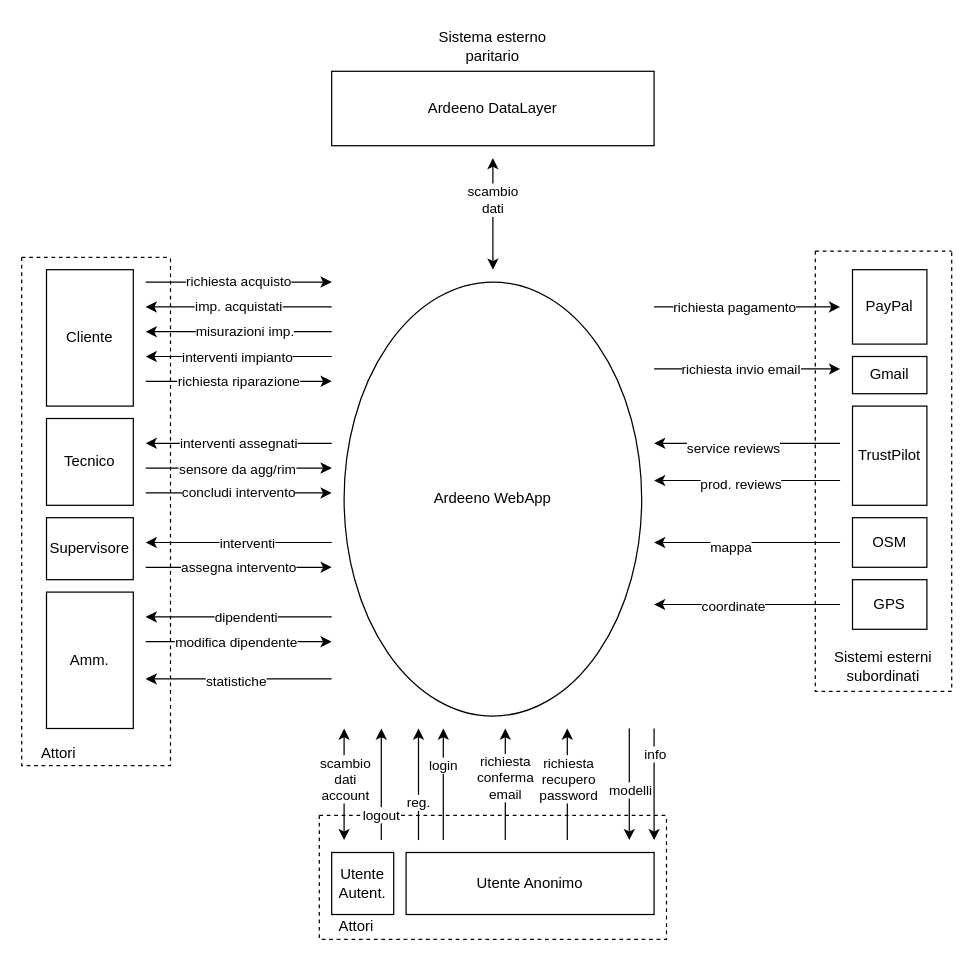
Before: deliverables/d2/.media/.drawio/contesto.drawio in amanfucci/ardeeno-workondeliverables, a draw.io diagram. Source tidied: cells renumbered, new cells numbered last; positions are measured from the earlier drawing's top-left corner, leaving out a move shared by most shapes. Both pictures are drawn from the tidied source at 124%, with x=0, y=0 at pixel (21, 21).
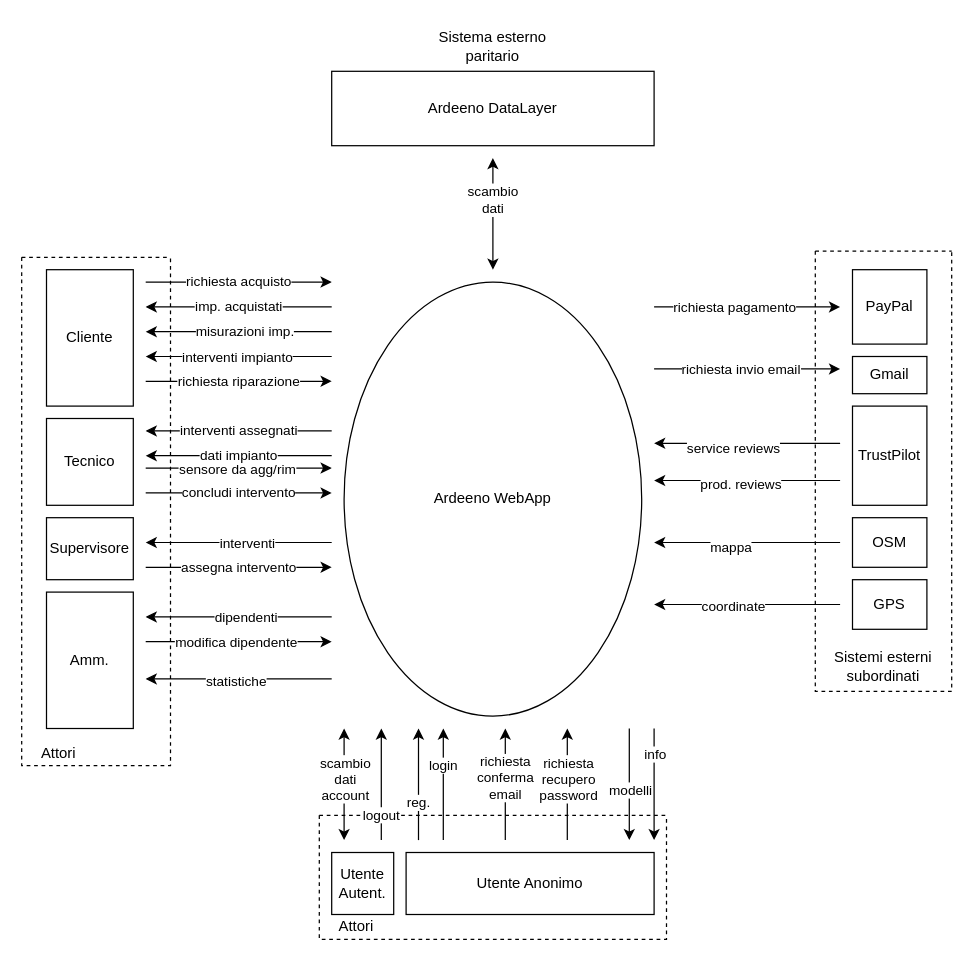
After the change.

The edit, as a diff of the source:
```diff
@@
     <mxCell id="37" value="interventi assegnati" style="rounded=0;html=1;entryX=-0.007;entryY=0.443;entryDx=0;entryDy=0;entryPerimeter=0;startArrow=classic;startFill=1;endArrow=none;endFill=0;strokeColor=default;jumpSize=3;snapToPoint=1;anchorPointDirection=0;fixDash=0;noJump=1;orthogonal=1;enumerate=0;sourcePortConstraint=none;targetPortConstraint=none;spacing=1;" parent="1" edge="1">
       <mxGeometry relative="1" as="geometry">
-        <mxPoint x="100" y="340" as="sourcePoint" />
-        <mxPoint x="250" y="340" as="targetPoint" />
+        <mxPoint x="100" y="330" as="sourcePoint" />
+        <mxPoint x="250" y="330" as="targetPoint" />
       </mxGeometry>
     </mxCell>
@@
+    <mxCell id="65" value="dati impianto" style="rounded=0;html=1;entryX=-0.007;entryY=0.443;entryDx=0;entryDy=0;entryPerimeter=0;startArrow=classic;startFill=1;endArrow=none;endFill=0;strokeColor=default;jumpSize=3;snapToPoint=1;anchorPointDirection=0;fixDash=0;noJump=1;orthogonal=1;enumerate=0;sourcePortConstraint=none;targetPortConstraint=none;spacing=1;" parent="1" edge="1">
+      <mxGeometry relative="1" as="geometry">
+        <mxPoint x="100" y="350" as="sourcePoint" />
+        <mxPoint x="250" y="350" as="targetPoint" />
+      </mxGeometry>
+    </mxCell>
```
